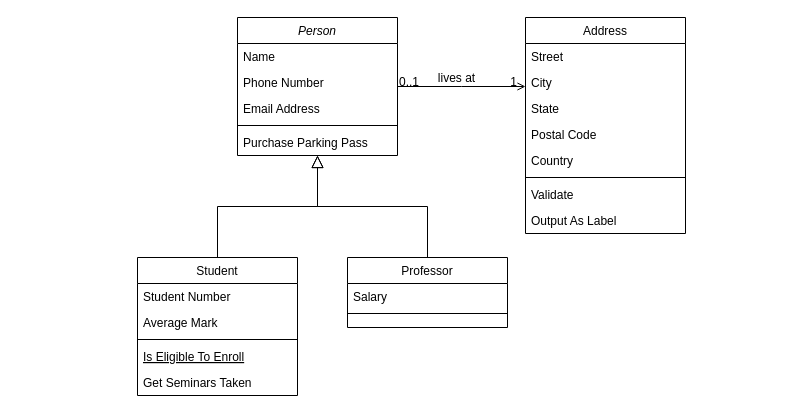
Above: 3.drawio in HegelPro/db-diagram (draw.io), before the change. Source tidied: cells renumbered, new cells numbered last; positions are measured from the earlier drawing's top-left corner, leaving out a move shared by most shapes. Both pictures are drawn from the tidied source at 100%, with x=0, y=0 at pixel (137, 17).
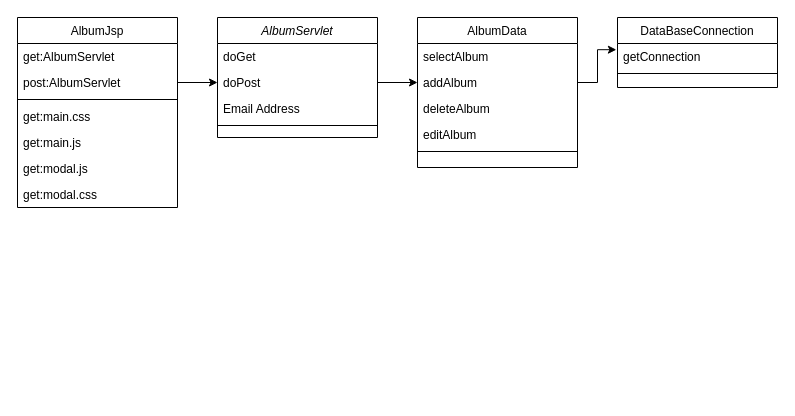
The same page after the edit.

What changed in the source:
```diff
@@
-    <mxCell id="2" value="Person" style="swimlane;fontStyle=2;align=center;verticalAlign=top;horizontal=1;startSize=26;rounded=0;shadow=0;strokeWidth=1;" parent="1" vertex="1">
-      <mxGeometry x="100" width="160" height="138" as="geometry" />
+    <mxCell id="2" value="AlbumServlet" style="swimlane;fontStyle=2;align=center;verticalAlign=top;horizontal=1;startSize=26;rounded=0;shadow=0;strokeWidth=1;" parent="1" vertex="1">
+      <mxGeometry x="80" width="160" height="120" as="geometry" />
     </mxCell>
-    <mxCell id="3" value="Name" style="text;align=left;verticalAlign=top;spacingLeft=4;spacingRight=4;overflow=hidden;" parent="2" vertex="1">
+    <mxCell id="3" value="doGet" style="text;align=left;verticalAlign=top;spacingLeft=4;spacingRight=4;overflow=hidden;" parent="2" vertex="1">
       <mxGeometry y="26" width="160" height="26" as="geometry" />
     </mxCell>
-    <mxCell id="4" value="Phone Number" style="text;align=left;verticalAlign=top;spacingLeft=4;spacingRight=4;overflow=hidden;points=[[0,0.5],[1,0.5]];portConstraint=eastwest;rounded=0;shadow=0;html=0;" parent="2" vertex="1">
+    <mxCell id="4" value="doPost" style="text;align=left;verticalAlign=top;spacingLeft=4;spacingRight=4;overflow=hidden;points=[[0,0.5],[1,0.5]];portConstraint=eastwest;rounded=0;shadow=0;html=0;" parent="2" vertex="1">
       <mxGeometry y="52" width="160" height="26" as="geometry" />
     </mxCell>
@@
-    <mxCell id="7" value="Purchase Parking Pass" style="text;align=left;verticalAlign=top;spacingLeft=4;spacingRight=4;overflow=hidden;" parent="2" vertex="1">
-      <mxGeometry y="112" width="160" height="26" as="geometry" />
-    </mxCell>
-    <mxCell id="8" value="Student" style="swimlane;fontStyle=0;align=center;verticalAlign=top;horizontal=1;startSize=26;rounded=0;shadow=0;strokeWidth=1;" parent="1" vertex="1">
-      <mxGeometry y="240" width="160" height="138" as="geometry" />
+    <mxCell id="8" value="AlbumJsp&#10;" style="swimlane;fontStyle=0;align=center;verticalAlign=top;horizontal=1;startSize=26;rounded=0;shadow=0;strokeWidth=1;" parent="1" vertex="1">
+      <mxGeometry x="-120" width="160" height="190" as="geometry" />
     </mxCell>
-    <mxCell id="9" value="Student Number" style="text;align=left;verticalAlign=top;spacingLeft=4;spacingRight=4;overflow=hidden;" parent="8" vertex="1">
+    <mxCell id="9" value="get:AlbumServlet" style="text;align=left;verticalAlign=top;spacingLeft=4;spacingRight=4;overflow=hidden;" parent="8" vertex="1">
       <mxGeometry y="26" width="160" height="26" as="geometry" />
     </mxCell>
-    <mxCell id="10" value="Average Mark" style="text;align=left;verticalAlign=top;spacingLeft=4;spacingRight=4;overflow=hidden;rounded=0;shadow=0;html=0;" parent="8" vertex="1">
-      <mxGeometry y="52" width="160" height="26" as="geometry" />
-    </mxCell>
+    <mxCell id="32" value="post:AlbumServlet" style="text;align=left;verticalAlign=top;spacingLeft=4;spacingRight=4;overflow=hidden;points=[[0,0.5],[1,0.5]];portConstraint=eastwest;" parent="8" vertex="1">
+      <mxGeometry y="52" width="160" height="26" as="geometry" />
+    </mxCell>
@@
-    <mxCell id="12" value="Is Eligible To Enroll" style="text;align=left;verticalAlign=top;spacingLeft=4;spacingRight=4;overflow=hidden;fontStyle=4;" parent="8" vertex="1">
-      <mxGeometry y="86" width="160" height="26" as="geometry" />
-    </mxCell>
-    <mxCell id="13" value="Get Seminars Taken" style="text;align=left;verticalAlign=top;spacingLeft=4;spacingRight=4;overflow=hidden;" parent="8" vertex="1">
-      <mxGeometry y="112" width="160" height="26" as="geometry" />
+    <mxCell id="13" value="get:main.css&#10;" style="text;align=left;verticalAlign=top;spacingLeft=4;spacingRight=4;overflow=hidden;" parent="8" vertex="1">
+      <mxGeometry y="86" width="160" height="26" as="geometry" />
     </mxCell>
-    <mxCell id="14" style="endArrow=block;endSize=10;endFill=0;shadow=0;strokeWidth=1;rounded=0;edgeStyle=elbowEdgeStyle;elbow=vertical;" parent="1" edge="1" source="8" target="2">
-      <mxGeometry relative="1" as="geometry" />
-    </mxCell>
-    <mxCell id="15" value="Professor" style="swimlane;fontStyle=0;align=center;verticalAlign=top;horizontal=1;startSize=26;rounded=0;shadow=0;strokeWidth=1;" parent="1" vertex="1">
-      <mxGeometry x="210" y="240" width="160" height="70" as="geometry" />
-    </mxCell>
-    <mxCell id="16" value="Salary" style="text;align=left;verticalAlign=top;spacingLeft=4;spacingRight=4;overflow=hidden;" parent="15" vertex="1">
-      <mxGeometry y="26" width="160" height="26" as="geometry" />
-    </mxCell>
-    <mxCell id="17" style="line;html=1;strokeWidth=1;align=left;verticalAlign=middle;spacingTop=-1;spacingLeft=3;spacingRight=3;labelPosition=right;" parent="15" vertex="1">
-      <mxGeometry y="52" width="160" height="8" as="geometry" />
-    </mxCell>
-    <mxCell id="18" style="endArrow=block;endSize=10;endFill=0;shadow=0;strokeWidth=1;rounded=0;edgeStyle=elbowEdgeStyle;elbow=vertical;" parent="1" edge="1" source="15" target="2">
-      <mxGeometry relative="1" as="geometry" />
-    </mxCell>
+    <mxCell id="33" value="get:main.js&#10;" style="text;align=left;verticalAlign=top;spacingLeft=4;spacingRight=4;overflow=hidden;" parent="8" vertex="1">
+      <mxGeometry y="112" width="160" height="26" as="geometry" />
+    </mxCell>
+    <mxCell id="34" value="get:modal.js&#10;" style="text;align=left;verticalAlign=top;spacingLeft=4;spacingRight=4;overflow=hidden;" parent="8" vertex="1">
+      <mxGeometry y="138" width="160" height="26" as="geometry" />
+    </mxCell>
+    <mxCell id="35" value="get:modal.css&#10;" style="text;align=left;verticalAlign=top;spacingLeft=4;spacingRight=4;overflow=hidden;" parent="8" vertex="1">
+      <mxGeometry y="164" width="160" height="26" as="geometry" />
+    </mxCell>
-    <mxCell id="19" value="Address" style="swimlane;fontStyle=0;align=center;verticalAlign=top;horizontal=1;startSize=26;rounded=0;shadow=0;strokeWidth=1;" parent="1" vertex="1">
-      <mxGeometry x="388" width="160" height="216" as="geometry" />
+    <mxCell id="19" value="AlbumData" style="swimlane;fontStyle=0;align=center;verticalAlign=top;horizontal=1;startSize=26;rounded=0;shadow=0;strokeWidth=1;" parent="1" vertex="1">
+      <mxGeometry x="280" width="160" height="150" as="geometry" />
     </mxCell>
-    <mxCell id="20" value="Street" style="text;align=left;verticalAlign=top;spacingLeft=4;spacingRight=4;overflow=hidden;" parent="19" vertex="1">
+    <mxCell id="20" value="selectAlbum" style="text;align=left;verticalAlign=top;spacingLeft=4;spacingRight=4;overflow=hidden;" parent="19" vertex="1">
       <mxGeometry y="26" width="160" height="26" as="geometry" />
     </mxCell>
-    <mxCell id="21" value="City" style="text;align=left;verticalAlign=top;spacingLeft=4;spacingRight=4;overflow=hidden;points=[[0,0.5],[1,0.5]];portConstraint=eastwest;rounded=0;shadow=0;html=0;" parent="19" vertex="1">
+    <mxCell id="21" value="addAlbum" style="text;align=left;verticalAlign=top;spacingLeft=4;spacingRight=4;overflow=hidden;points=[[0,0.5],[1,0.5]];portConstraint=eastwest;rounded=0;shadow=0;html=0;" parent="19" vertex="1">
       <mxGeometry y="52" width="160" height="26" as="geometry" />
     </mxCell>
-    <mxCell id="22" value="State" style="text;align=left;verticalAlign=top;spacingLeft=4;spacingRight=4;overflow=hidden;rounded=0;shadow=0;html=0;" parent="19" vertex="1">
+    <mxCell id="22" value="deleteAlbum" style="text;align=left;verticalAlign=top;spacingLeft=4;spacingRight=4;overflow=hidden;rounded=0;shadow=0;html=0;" parent="19" vertex="1">
       <mxGeometry y="78" width="160" height="26" as="geometry" />
     </mxCell>
-    <mxCell id="23" value="Postal Code" style="text;align=left;verticalAlign=top;spacingLeft=4;spacingRight=4;overflow=hidden;rounded=0;shadow=0;html=0;" parent="19" vertex="1">
+    <mxCell id="23" value="editAlbum" style="text;align=left;verticalAlign=top;spacingLeft=4;spacingRight=4;overflow=hidden;rounded=0;shadow=0;html=0;" parent="19" vertex="1">
       <mxGeometry y="104" width="160" height="26" as="geometry" />
     </mxCell>
-    <mxCell id="24" value="Country" style="text;align=left;verticalAlign=top;spacingLeft=4;spacingRight=4;overflow=hidden;rounded=0;shadow=0;html=0;" parent="19" vertex="1">
-      <mxGeometry y="130" width="160" height="26" as="geometry" />
-    </mxCell>
     <mxCell id="25" style="line;html=1;strokeWidth=1;align=left;verticalAlign=middle;spacingTop=-1;spacingLeft=3;spacingRight=3;labelPosition=right;" parent="19" vertex="1">
-      <mxGeometry y="156" width="160" height="8" as="geometry" />
+      <mxGeometry y="130" width="160" height="8" as="geometry" />
     </mxCell>
-    <mxCell id="26" value="Validate" style="text;align=left;verticalAlign=top;spacingLeft=4;spacingRight=4;overflow=hidden;" parent="19" vertex="1">
-      <mxGeometry y="164" width="160" height="26" as="geometry" />
-    </mxCell>
-    <mxCell id="27" value="Output As Label" style="text;align=left;verticalAlign=top;spacingLeft=4;spacingRight=4;overflow=hidden;" parent="19" vertex="1">
-      <mxGeometry y="190" width="160" height="26" as="geometry" />
-    </mxCell>
-    <mxCell id="28" style="endArrow=open;shadow=0;strokeWidth=1;rounded=0;endFill=1;edgeStyle=elbowEdgeStyle;elbow=vertical;" parent="1" edge="1" source="2" target="19">
-      <mxGeometry x="0.5" y="41" relative="1" as="geometry">
-        <mxPoint x="-40" y="32" as="offset" />
-      </mxGeometry>
-    </mxCell>
-    <mxCell id="29" value="0..1" style="align=left;verticalAlign=bottom;labelBackgroundColor=none;fontSize=12;" parent="28" vertex="1">
-      <mxGeometry x="-1" relative="1" as="geometry">
-        <mxPoint y="4" as="offset" />
-      </mxGeometry>
-    </mxCell>
-    <mxCell id="30" value="1" style="align=right;verticalAlign=bottom;labelBackgroundColor=none;fontSize=12;" parent="28" vertex="1">
-      <mxGeometry x="1" relative="1" as="geometry">
-        <mxPoint x="-7" y="4" as="offset" />
-      </mxGeometry>
-    </mxCell>
-    <mxCell id="31" value="lives at" style="text;html=1;align=center;verticalAlign=middle;labelBackgroundColor=none;rounded=0;shadow=0;strokeWidth=1;fontSize=12;" parent="28" vertex="1">
-      <mxGeometry x="0.5" y="49" relative="1" as="geometry">
-        <mxPoint x="-38" y="40" as="offset" />
-      </mxGeometry>
-    </mxCell>
+    <mxCell id="36" value="&lt;div style=&quot;background-color:#2b2b2b;color:#a9b7c6;font-family:'JetBrains Mono',monospace;font-size:9,8pt;&quot;&gt;&lt;pre&gt;&lt;br&gt;&lt;/pre&gt;&lt;/div&gt;" style="text;whiteSpace=wrap;html=1;" parent="1" vertex="1">
+      <mxGeometry x="460" y="260" width="120" height="60" as="geometry" />
+    </mxCell>
+    <mxCell id="37" value="DataBaseConnection" style="swimlane;fontStyle=0;align=center;verticalAlign=top;horizontal=1;startSize=26;rounded=0;shadow=0;strokeWidth=1;" parent="1" vertex="1">
+      <mxGeometry x="480" width="160" height="70" as="geometry" />
+    </mxCell>
+    <mxCell id="38" value="getConnection" style="text;align=left;verticalAlign=top;spacingLeft=4;spacingRight=4;overflow=hidden;points=[[0,0.5],[1,0.5]];portConstraint=eastwest;" parent="37" vertex="1">
+      <mxGeometry y="26" width="160" height="26" as="geometry" />
+    </mxCell>
+    <mxCell id="17" style="line;html=1;strokeWidth=1;align=left;verticalAlign=middle;spacingTop=-1;spacingLeft=3;spacingRight=3;labelPosition=right;" parent="37" vertex="1">
+      <mxGeometry y="52" width="160" height="8" as="geometry" />
+    </mxCell>
+    <mxCell id="39" style="edgeStyle=orthogonalEdgeStyle;rounded=0;jettySize=auto;html=1;exitX=1;exitY=0.5;exitDx=0;exitDy=0;entryX=-0.007;entryY=0.238;entryDx=0;entryDy=0;entryPerimeter=0;" parent="1" edge="1" source="21" target="38">
+      <mxGeometry relative="1" as="geometry" />
+    </mxCell>
+    <mxCell id="40" style="edgeStyle=orthogonalEdgeStyle;rounded=0;jettySize=auto;html=1;exitX=1;exitY=0.5;exitDx=0;exitDy=0;entryX=0;entryY=0.5;entryDx=0;entryDy=0;" parent="1" edge="1" source="32" target="4">
+      <mxGeometry relative="1" as="geometry" />
+    </mxCell>
+    <mxCell id="41" style="edgeStyle=orthogonalEdgeStyle;rounded=0;jettySize=auto;html=1;exitX=1;exitY=0.5;exitDx=0;exitDy=0;entryX=0;entryY=0.5;entryDx=0;entryDy=0;" parent="1" edge="1" source="4" target="21">
+      <mxGeometry relative="1" as="geometry" />
+    </mxCell>
```
